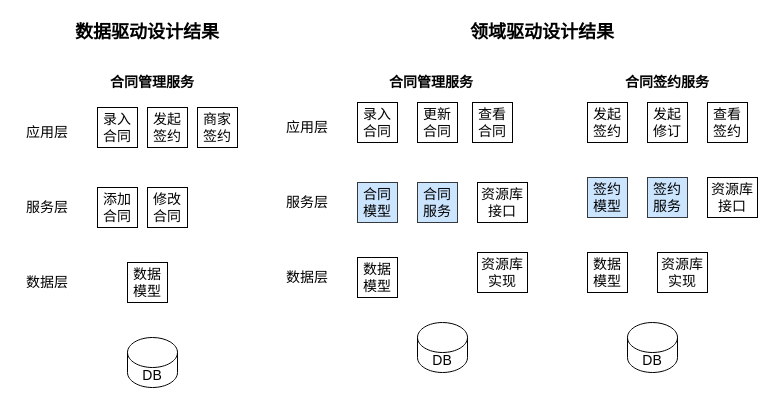
The draw.io diagram page "第 7 页" (3 of 14) of DDD.drawio in baizi/draw, before the edit. Source tidied: cells renumbered, new cells numbered last; positions are measured from the earlier drawing's top-left corner, leaving out a move shared by most shapes. Both pictures are drawn from the tidied source at 100%, with x=0, y=0 at pixel (17, 17).
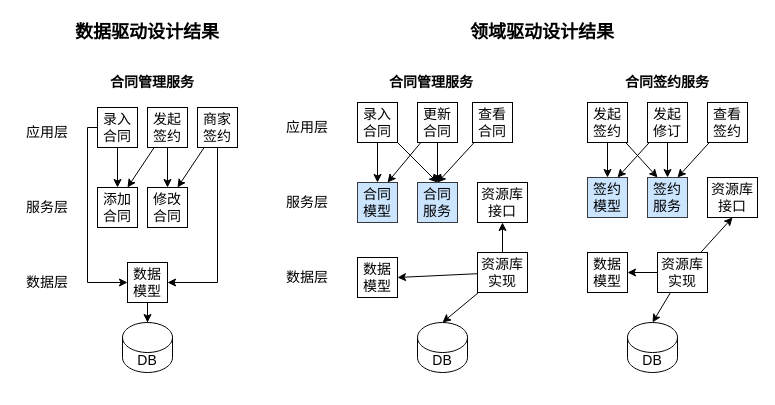
After the change.

The change refers to these unchanged cells:
```xml
<mxCell id="4" value="录入合同" style="rounded=0;whiteSpace=wrap;html=1;fontSize=14;" parent="1" vertex="1">
  <mxGeometry x="80" y="90" width="40" height="40" as="geometry" />
</mxCell>
<mxCell id="5" value="发起签约" style="rounded=0;whiteSpace=wrap;html=1;fontSize=14;" parent="1" vertex="1">
  <mxGeometry x="130" y="90" width="40" height="40" as="geometry" />
</mxCell>
<mxCell id="6" value="商家签约" style="rounded=0;whiteSpace=wrap;html=1;fontSize=14;" parent="1" vertex="1">
  <mxGeometry x="180" y="90" width="40" height="40" as="geometry" />
</mxCell>
<mxCell id="7" value="添加合同" style="rounded=0;whiteSpace=wrap;html=1;fontSize=14;" parent="1" vertex="1">
  <mxGeometry x="80" y="170" width="40" height="40" as="geometry" />
</mxCell>
<mxCell id="8" value="修改合同" style="rounded=0;whiteSpace=wrap;html=1;fontSize=14;" parent="1" vertex="1">
  <mxGeometry x="130" y="170" width="40" height="40" as="geometry" />
</mxCell>
<mxCell id="9" value="数据模型" style="rounded=0;whiteSpace=wrap;html=1;fontSize=14;" parent="1" vertex="1">
  <mxGeometry x="110" y="245" width="40" height="40" as="geometry" />
</mxCell>
<mxCell id="13" value="录入合同" style="rounded=0;whiteSpace=wrap;html=1;fontSize=14;" parent="1" vertex="1">
  <mxGeometry x="340" y="85" width="40" height="40" as="geometry" />
</mxCell>
<mxCell id="14" value="更新合同" style="rounded=0;whiteSpace=wrap;html=1;fontSize=14;" parent="1" vertex="1">
  <mxGeometry x="400" y="85" width="40" height="40" as="geometry" />
</mxCell>
<mxCell id="15" value="查看合同" style="rounded=0;whiteSpace=wrap;html=1;fontSize=14;" parent="1" vertex="1">
  <mxGeometry x="455" y="85" width="40" height="40" as="geometry" />
</mxCell>
<mxCell id="16" value="合同模型" style="rounded=0;whiteSpace=wrap;html=1;fontSize=14;fillColor=#cce5ff;strokeColor=#36393d;" parent="1" vertex="1">
  <mxGeometry x="340" y="165" width="40" height="40" as="geometry" />
</mxCell>
<mxCell id="17" value="合同服务" style="rounded=0;whiteSpace=wrap;html=1;fontSize=14;fillColor=#cce5ff;strokeColor=#36393d;" parent="1" vertex="1">
  <mxGeometry x="400" y="165" width="40" height="40" as="geometry" />
</mxCell>
<mxCell id="18" value="数据模型" style="rounded=0;whiteSpace=wrap;html=1;fontSize=14;" parent="1" vertex="1">
  <mxGeometry x="340" y="240" width="40" height="40" as="geometry" />
</mxCell>
<mxCell id="22" value="资源库接口" style="rounded=0;whiteSpace=wrap;html=1;fontSize=14;" parent="1" vertex="1">
  <mxGeometry x="460" y="165" width="50" height="40" as="geometry" />
</mxCell>
<mxCell id="23" value="资源库实现" style="rounded=0;whiteSpace=wrap;html=1;fontSize=14;" parent="1" vertex="1">
  <mxGeometry x="460" y="235" width="50" height="40" as="geometry" />
</mxCell>
<mxCell id="24" value="发起签约" style="rounded=0;whiteSpace=wrap;html=1;fontSize=14;" parent="1" vertex="1">
  <mxGeometry x="570" y="85" width="40" height="40" as="geometry" />
</mxCell>
<mxCell id="25" value="发起修订" style="rounded=0;whiteSpace=wrap;html=1;fontSize=14;" parent="1" vertex="1">
  <mxGeometry x="630" y="85" width="40" height="40" as="geometry" />
</mxCell>
<mxCell id="26" value="查看签约" style="rounded=0;whiteSpace=wrap;html=1;fontSize=14;" parent="1" vertex="1">
  <mxGeometry x="690" y="85" width="40" height="40" as="geometry" />
</mxCell>
<mxCell id="27" value="数据模型" style="rounded=0;whiteSpace=wrap;html=1;fontSize=14;" parent="1" vertex="1">
  <mxGeometry x="570" y="235" width="40" height="40" as="geometry" />
</mxCell>
<mxCell id="28" value="DB" style="shape=cylinder3;whiteSpace=wrap;html=1;boundedLbl=1;backgroundOutline=1;size=15;fontSize=14;" parent="1" vertex="1">
  <mxGeometry x="610" y="305" width="50" height="50" as="geometry" />
</mxCell>
<mxCell id="29" value="资源库接口" style="rounded=0;whiteSpace=wrap;html=1;fontSize=14;" parent="1" vertex="1">
  <mxGeometry x="690" y="160" width="50" height="40" as="geometry" />
</mxCell>
<mxCell id="30" value="资源库实现" style="rounded=0;whiteSpace=wrap;html=1;fontSize=14;" parent="1" vertex="1">
  <mxGeometry x="640" y="235" width="50" height="40" as="geometry" />
</mxCell>
<mxCell id="31" value="签约模型" style="rounded=0;whiteSpace=wrap;html=1;fontSize=14;fillColor=#cce5ff;strokeColor=#36393d;" parent="1" vertex="1">
  <mxGeometry x="570" y="160" width="40" height="40" as="geometry" />
</mxCell>
<mxCell id="32" value="签约服务" style="rounded=0;whiteSpace=wrap;html=1;fontSize=14;fillColor=#cce5ff;strokeColor=#36393d;" parent="1" vertex="1">
  <mxGeometry x="630" y="160" width="40" height="40" as="geometry" />
</mxCell>
<mxCell id="33" value="DB" style="shape=cylinder3;whiteSpace=wrap;html=1;boundedLbl=1;backgroundOutline=1;size=15;fontSize=14;" parent="1" vertex="1">
  <mxGeometry x="400" y="305" width="50" height="50" as="geometry" />
</mxCell>
```

Diff of the diagram source:
```diff
@@
+    <mxCell id="38" style="edgeStyle=none;rounded=0;jettySize=auto;html=1;entryX=0.5;entryY=0;entryDx=0;entryDy=0;fontSize=18;fontColor=#121212;elbow=vertical;" parent="1" edge="1" source="4" target="7">
+      <mxGeometry relative="1" as="geometry" />
+    </mxCell>
+    <mxCell id="39" style="edgeStyle=orthogonalEdgeStyle;rounded=0;jettySize=auto;html=1;entryX=0;entryY=0.5;entryDx=0;entryDy=0;fontSize=18;fontColor=#121212;elbow=vertical;" parent="1" edge="1" source="4" target="9">
+      <mxGeometry relative="1" as="geometry">
+        <Array as="points">
+          <mxPoint x="70" y="110" />
+          <mxPoint x="70" y="265" />
+        </Array>
+      </mxGeometry>
+    </mxCell>
@@
+    <mxCell id="40" style="edgeStyle=none;rounded=0;jettySize=auto;html=1;entryX=0.75;entryY=0;entryDx=0;entryDy=0;fontSize=18;fontColor=#121212;elbow=vertical;" parent="1" edge="1" source="5" target="7">
+      <mxGeometry relative="1" as="geometry" />
+    </mxCell>
+    <mxCell id="41" style="edgeStyle=none;rounded=0;jettySize=auto;html=1;entryX=0.5;entryY=0;entryDx=0;entryDy=0;fontSize=18;fontColor=#121212;elbow=vertical;" parent="1" edge="1" source="5" target="8">
+      <mxGeometry relative="1" as="geometry" />
+    </mxCell>
@@
+    <mxCell id="42" style="edgeStyle=none;rounded=0;jettySize=auto;html=1;entryX=0.75;entryY=0;entryDx=0;entryDy=0;fontSize=18;fontColor=#121212;elbow=vertical;" parent="1" edge="1" source="6" target="8">
+      <mxGeometry relative="1" as="geometry" />
+    </mxCell>
+    <mxCell id="43" style="edgeStyle=orthogonalEdgeStyle;rounded=0;jettySize=auto;html=1;entryX=1;entryY=0.5;entryDx=0;entryDy=0;fontSize=18;fontColor=#121212;elbow=vertical;" parent="1" edge="1" source="6" target="9">
+      <mxGeometry relative="1" as="geometry">
+        <Array as="points">
+          <mxPoint x="200" y="265" />
+        </Array>
+      </mxGeometry>
+    </mxCell>
@@
+    <mxCell id="44" style="edgeStyle=orthogonalEdgeStyle;rounded=0;jettySize=auto;html=1;entryX=0.5;entryY=0;entryDx=0;entryDy=0;entryPerimeter=0;fontSize=18;fontColor=#121212;elbow=vertical;" parent="1" edge="1" source="9" target="34">
+      <mxGeometry relative="1" as="geometry" />
+    </mxCell>
@@
+    <mxCell id="45" style="edgeStyle=orthogonalEdgeStyle;rounded=0;jettySize=auto;html=1;entryX=0.5;entryY=0;entryDx=0;entryDy=0;fontSize=18;fontColor=#121212;elbow=vertical;" parent="1" edge="1" source="13" target="16">
+      <mxGeometry relative="1" as="geometry" />
+    </mxCell>
+    <mxCell id="46" style="rounded=0;jettySize=auto;html=1;entryX=0.5;entryY=0;entryDx=0;entryDy=0;fontSize=18;fontColor=#121212;elbow=vertical;" parent="1" edge="1" source="13" target="17">
+      <mxGeometry relative="1" as="geometry" />
+    </mxCell>
@@
+    <mxCell id="47" style="edgeStyle=none;rounded=0;jettySize=auto;html=1;entryX=0.75;entryY=0;entryDx=0;entryDy=0;fontSize=18;fontColor=#121212;elbow=vertical;" parent="1" edge="1" source="14" target="16">
+      <mxGeometry relative="1" as="geometry" />
+    </mxCell>
+    <mxCell id="48" style="edgeStyle=none;rounded=0;jettySize=auto;html=1;entryX=0.5;entryY=0;entryDx=0;entryDy=0;fontSize=18;fontColor=#121212;elbow=vertical;" parent="1" edge="1" source="14" target="17">
+      <mxGeometry relative="1" as="geometry" />
+    </mxCell>
@@
+    <mxCell id="49" style="edgeStyle=none;rounded=0;jettySize=auto;html=1;entryX=0.5;entryY=0;entryDx=0;entryDy=0;fontSize=18;fontColor=#121212;elbow=vertical;" parent="1" edge="1" source="15" target="17">
+      <mxGeometry relative="1" as="geometry" />
+    </mxCell>
@@
+    <mxCell id="50" style="edgeStyle=none;rounded=0;jettySize=auto;html=1;entryX=1;entryY=0.5;entryDx=0;entryDy=0;fontSize=18;fontColor=#121212;elbow=vertical;" parent="1" edge="1" source="23" target="18">
+      <mxGeometry relative="1" as="geometry" />
+    </mxCell>
+    <mxCell id="51" style="edgeStyle=none;rounded=0;jettySize=auto;html=1;entryX=0.5;entryY=1;entryDx=0;entryDy=0;fontSize=18;fontColor=#121212;elbow=vertical;" parent="1" edge="1" source="23" target="22">
+      <mxGeometry relative="1" as="geometry" />
+    </mxCell>
+    <mxCell id="52" style="edgeStyle=none;rounded=0;jettySize=auto;html=1;entryX=0.5;entryY=0;entryDx=0;entryDy=0;entryPerimeter=0;fontSize=18;fontColor=#121212;elbow=vertical;" parent="1" edge="1" source="23" target="33">
+      <mxGeometry relative="1" as="geometry" />
+    </mxCell>
@@
+    <mxCell id="53" style="edgeStyle=none;rounded=0;jettySize=auto;html=1;entryX=0.5;entryY=0;entryDx=0;entryDy=0;fontSize=18;fontColor=#121212;elbow=vertical;" parent="1" edge="1" source="24" target="31">
+      <mxGeometry relative="1" as="geometry" />
+    </mxCell>
+    <mxCell id="54" style="edgeStyle=none;rounded=0;jettySize=auto;html=1;entryX=0.25;entryY=0;entryDx=0;entryDy=0;fontSize=18;fontColor=#121212;elbow=vertical;" parent="1" edge="1" source="24" target="32">
+      <mxGeometry relative="1" as="geometry" />
+    </mxCell>
@@
+    <mxCell id="55" style="edgeStyle=none;rounded=0;jettySize=auto;html=1;entryX=0.75;entryY=0;entryDx=0;entryDy=0;fontSize=18;fontColor=#121212;elbow=vertical;" parent="1" edge="1" source="25" target="31">
+      <mxGeometry relative="1" as="geometry" />
+    </mxCell>
+    <mxCell id="56" style="edgeStyle=none;rounded=0;jettySize=auto;html=1;entryX=0.5;entryY=0;entryDx=0;entryDy=0;fontSize=18;fontColor=#121212;elbow=vertical;" parent="1" edge="1" source="25" target="32">
+      <mxGeometry relative="1" as="geometry" />
+    </mxCell>
@@
+    <mxCell id="57" style="edgeStyle=none;rounded=0;jettySize=auto;html=1;entryX=0.75;entryY=0;entryDx=0;entryDy=0;fontSize=18;fontColor=#121212;elbow=vertical;" parent="1" edge="1" source="26" target="32">
+      <mxGeometry relative="1" as="geometry" />
+    </mxCell>
@@
+    <mxCell id="58" style="edgeStyle=none;rounded=0;jettySize=auto;html=1;entryX=1;entryY=0.5;entryDx=0;entryDy=0;fontSize=18;fontColor=#121212;elbow=vertical;" parent="1" edge="1" source="30" target="27">
+      <mxGeometry relative="1" as="geometry" />
+    </mxCell>
+    <mxCell id="59" style="edgeStyle=none;rounded=0;jettySize=auto;html=1;entryX=0.5;entryY=0;entryDx=0;entryDy=0;entryPerimeter=0;fontSize=18;fontColor=#121212;elbow=vertical;" parent="1" edge="1" source="30" target="28">
+      <mxGeometry relative="1" as="geometry" />
+    </mxCell>
+    <mxCell id="60" style="edgeStyle=none;rounded=0;jettySize=auto;html=1;entryX=0.5;entryY=1;entryDx=0;entryDy=0;fontSize=18;fontColor=#121212;elbow=vertical;" parent="1" edge="1" source="30" target="29">
+      <mxGeometry relative="1" as="geometry" />
+    </mxCell>
@@
     <mxCell id="34" value="DB" style="shape=cylinder3;whiteSpace=wrap;html=1;boundedLbl=1;backgroundOutline=1;size=15;fontSize=14;" parent="1" vertex="1">
-      <mxGeometry x="110" y="320" width="50" height="50" as="geometry" />
+      <mxGeometry x="105" y="305" width="50" height="50" as="geometry" />
     </mxCell>
```
